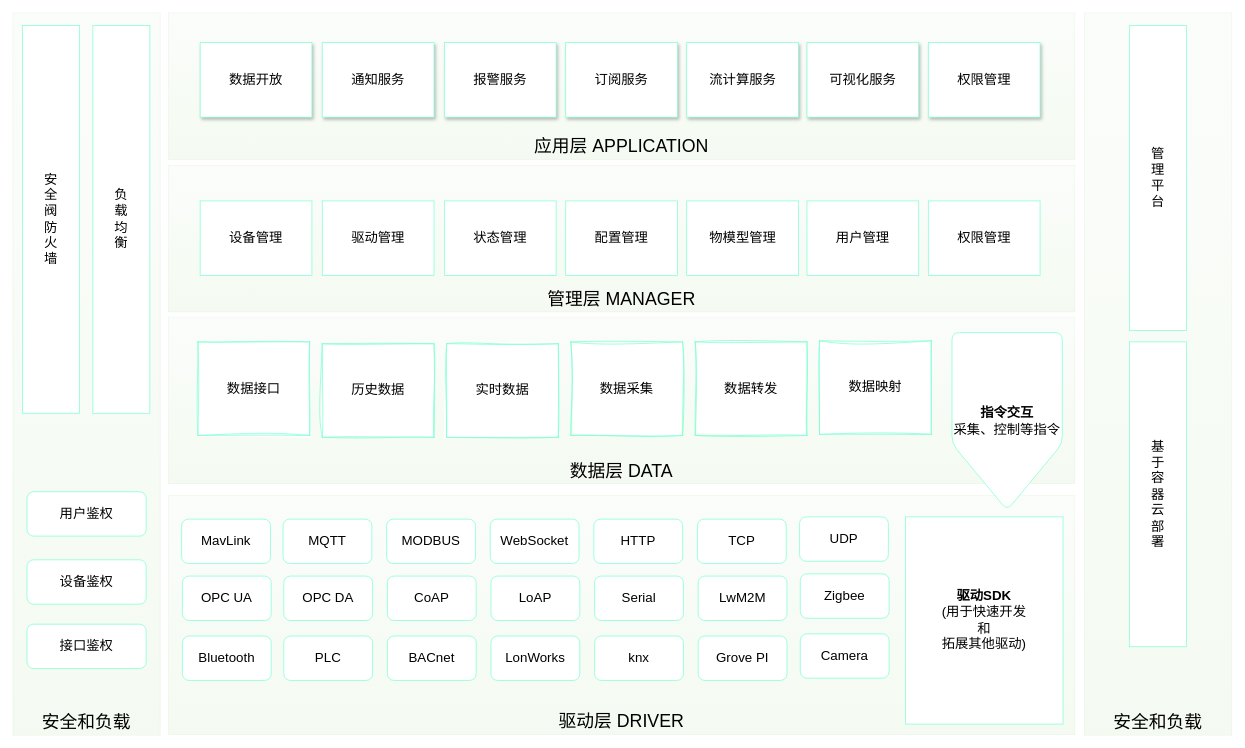
Before: IoT架构图.drawio in yangchenyu/micro-service, a draw.io diagram. Source tidied: cells renumbered, new cells numbered last; positions are measured from the earlier drawing's top-left corner, leaving out a move shared by most shapes. Both pictures are drawn from the tidied source at 74%, with x=0, y=0 at pixel (13, 13).
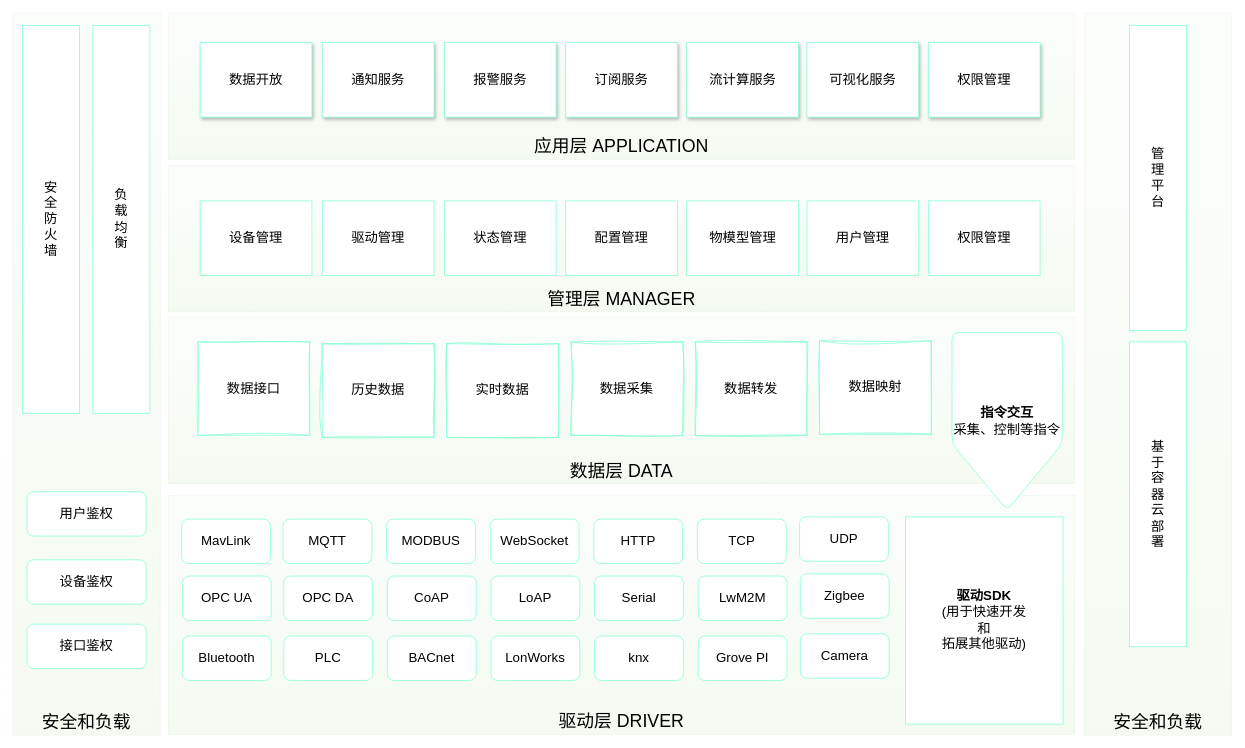
The same page after the edit.

Commit message:
更新IoT架构图.drawio

The edit, as a diff of the source:
```diff
@@
-    <mxCell id="53" value="安&lt;br&gt;全&lt;br&gt;阀&lt;br&gt;防&lt;br&gt;火&lt;br&gt;墙" style="rounded=0;whiteSpace=wrap;html=1;fontSize=18;strokeColor=#7fffd4;" parent="1" vertex="1">
+    <mxCell id="53" value="安&lt;br&gt;全&lt;br&gt;防&lt;br&gt;火&lt;br&gt;墙" style="rounded=0;whiteSpace=wrap;html=1;fontSize=18;strokeColor=#7fffd4;" parent="1" vertex="1">
       <mxGeometry x="13" y="17" width="77" height="524" as="geometry" />
     </mxCell>
```
